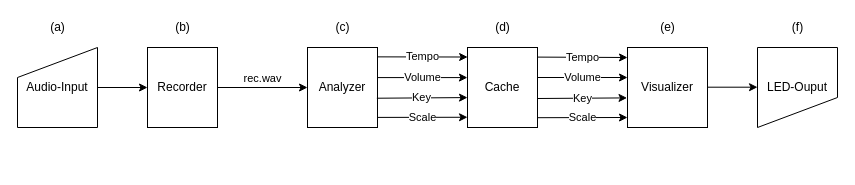
The draw.io diagram graphics/Architektur.drawio in r-grun/music-visualization, before the edit. Source tidied: cells renumbered, new cells numbered last; positions are measured from the earlier drawing's top-left corner, leaving out a move shared by most shapes. Both pictures are drawn from the tidied source at 100%, with x=0, y=0 at pixel (17, 17).
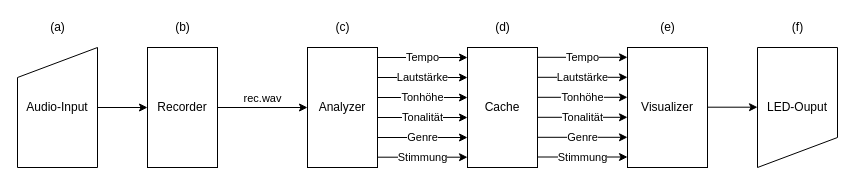
Above is the later version.

What changed in the source:
```diff
@@
     <mxCell id="2" value="Audio-Input" style="shape=manualInput;whiteSpace=wrap;html=1;fillColor=none;" parent="1" vertex="1">
-      <mxGeometry y="30" width="80" height="80" as="geometry" />
+      <mxGeometry y="30" width="80" height="120" as="geometry" />
     </mxCell>
@@
     <mxCell id="4" value="Recorder" style="rounded=0;whiteSpace=wrap;html=1;fillColor=none;gradientColor=none;" parent="1" vertex="1">
-      <mxGeometry x="130" y="30" width="70" height="80" as="geometry" />
+      <mxGeometry x="130" y="30" width="70" height="120" as="geometry" />
     </mxCell>
@@
     <mxCell id="6" value="Analyzer" style="rounded=0;whiteSpace=wrap;html=1;fillColor=none;gradientColor=none;" parent="1" vertex="1">
-      <mxGeometry x="290" y="30" width="70" height="80" as="geometry" />
+      <mxGeometry x="290" y="30" width="70" height="120" as="geometry" />
     </mxCell>
     <mxCell id="7" value="Cache" style="rounded=0;whiteSpace=wrap;html=1;fillColor=none;gradientColor=none;" parent="1" vertex="1">
-      <mxGeometry x="450" y="30" width="70" height="80" as="geometry" />
+      <mxGeometry x="450" y="30" width="70" height="120" as="geometry" />
     </mxCell>
-    <mxCell id="8" value="Volume" style="endArrow=classic;html=1;rounded=0;entryX=-0.001;entryY=0.376;entryDx=0;entryDy=0;exitX=1.007;exitY=0.376;exitDx=0;exitDy=0;exitPerimeter=0;entryPerimeter=0;" parent="1" edge="1" source="6" target="7">
-      <mxGeometry relative="1" as="geometry" />
-    </mxCell>
-    <mxCell id="9" value="Tempo" style="endArrow=classic;html=1;rounded=0;entryX=0.002;entryY=0.119;entryDx=0;entryDy=0;exitX=1.007;exitY=0.117;exitDx=0;exitDy=0;exitPerimeter=0;entryPerimeter=0;" parent="1" edge="1" source="6" target="7">
-      <mxGeometry relative="1" as="geometry" />
-    </mxCell>
-    <mxCell id="10" value="Key" style="endArrow=classic;html=1;rounded=0;entryX=0;entryY=0.626;entryDx=0;entryDy=0;entryPerimeter=0;exitX=0.991;exitY=0.634;exitDx=0;exitDy=0;exitPerimeter=0;" parent="1" edge="1" source="6" target="7">
-      <mxGeometry relative="1" as="geometry" />
-    </mxCell>
-    <mxCell id="11" value="Scale" style="endArrow=classic;html=1;rounded=0;exitX=0.996;exitY=0.874;exitDx=0;exitDy=0;exitPerimeter=0;entryX=0;entryY=0.872;entryDx=0;entryDy=0;entryPerimeter=0;" parent="1" edge="1" source="6" target="7">
-      <mxGeometry relative="1" as="geometry" />
-    </mxCell>
     <mxCell id="12" value="Visualizer" style="rounded=0;whiteSpace=wrap;html=1;fillColor=none;gradientColor=none;" parent="1" vertex="1">
-      <mxGeometry x="610" y="30" width="80" height="80" as="geometry" />
+      <mxGeometry x="610" y="30" width="80" height="120" as="geometry" />
     </mxCell>
     <mxCell id="13" value="LED-Ouput" style="shape=manualInput;whiteSpace=wrap;html=1;fillColor=none;gradientColor=none;rotation=0;labelBorderColor=none;direction=west;" parent="1" vertex="1">
-      <mxGeometry x="740" y="30" width="80" height="80" as="geometry" />
+      <mxGeometry x="740" y="30" width="80" height="120" as="geometry" />
     </mxCell>
-    <mxCell id="14" value="Volume" style="endArrow=classic;html=1;rounded=0;exitX=1.003;exitY=0.375;exitDx=0;exitDy=0;exitPerimeter=0;" parent="1" edge="1" source="7">
-      <mxGeometry relative="1" as="geometry">
-        <mxPoint x="610" y="60" as="targetPoint" />
-      </mxGeometry>
-    </mxCell>
-    <mxCell id="15" value="Tempo" style="endArrow=classic;html=1;rounded=0;exitX=0.998;exitY=0.12;exitDx=0;exitDy=0;exitPerimeter=0;" parent="1" edge="1" source="7">
-      <mxGeometry relative="1" as="geometry">
-        <mxPoint x="610" y="40" as="targetPoint" />
-      </mxGeometry>
-    </mxCell>
-    <mxCell id="16" value="Key" style="endArrow=classic;html=1;rounded=0;entryX=-0.006;entryY=0.63;entryDx=0;entryDy=0;entryPerimeter=0;exitX=0.991;exitY=0.634;exitDx=0;exitDy=0;exitPerimeter=0;" parent="1" edge="1" target="12">
-      <mxGeometry relative="1" as="geometry">
-        <mxPoint x="520" y="81" as="sourcePoint" />
-      </mxGeometry>
-    </mxCell>
-    <mxCell id="17" value="Scale" style="endArrow=classic;html=1;rounded=0;exitX=0.996;exitY=0.874;exitDx=0;exitDy=0;exitPerimeter=0;" parent="1" edge="1">
-      <mxGeometry relative="1" as="geometry">
-        <mxPoint x="520.4" y="100.2" as="sourcePoint" />
-        <mxPoint x="610" y="100" as="targetPoint" />
-      </mxGeometry>
-    </mxCell>
     <mxCell id="18" style="endArrow=classic;html=1;rounded=0;exitX=1;exitY=0.5;exitDx=0;exitDy=0;entryX=0;entryY=0.5;entryDx=0;entryDy=0;" parent="1" edge="1">
       <mxGeometry relative="1" as="geometry">
-        <mxPoint x="690" y="69.7" as="sourcePoint" />
-        <mxPoint x="740" y="69.7" as="targetPoint" />
+        <mxPoint x="690" y="89.7" as="sourcePoint" />
+        <mxPoint x="740" y="89.7" as="targetPoint" />
       </mxGeometry>
     </mxCell>
@@
+    <mxCell id="25" value="Tempo" style="endArrow=classic;html=1;rounded=0;" parent="1" edge="1">
+      <mxGeometry relative="1" as="geometry">
+        <mxPoint x="360" y="40" as="sourcePoint" />
+        <mxPoint x="450" y="40" as="targetPoint" />
+      </mxGeometry>
+    </mxCell>
+    <mxCell id="26" value="Lautstärke" style="endArrow=classic;html=1;rounded=0;" parent="1" edge="1">
+      <mxGeometry relative="1" as="geometry">
+        <mxPoint x="360" y="60" as="sourcePoint" />
+        <mxPoint x="450" y="60" as="targetPoint" />
+      </mxGeometry>
+    </mxCell>
+    <mxCell id="27" value="Tonhöhe" style="endArrow=classic;html=1;rounded=0;" parent="1" edge="1">
+      <mxGeometry relative="1" as="geometry">
+        <mxPoint x="360" y="80" as="sourcePoint" />
+        <mxPoint x="450" y="80" as="targetPoint" />
+      </mxGeometry>
+    </mxCell>
+    <mxCell id="28" value="Tonalität" style="endArrow=classic;html=1;rounded=0;" parent="1" edge="1">
+      <mxGeometry relative="1" as="geometry">
+        <mxPoint x="360" y="100" as="sourcePoint" />
+        <mxPoint x="450" y="100" as="targetPoint" />
+      </mxGeometry>
+    </mxCell>
+    <mxCell id="29" value="Genre" style="endArrow=classic;html=1;rounded=0;" parent="1" edge="1">
+      <mxGeometry relative="1" as="geometry">
+        <mxPoint x="360" y="120" as="sourcePoint" />
+        <mxPoint x="450" y="120" as="targetPoint" />
+      </mxGeometry>
+    </mxCell>
+    <mxCell id="30" value="Stimmung" style="endArrow=classic;html=1;rounded=0;" parent="1" edge="1">
+      <mxGeometry relative="1" as="geometry">
+        <mxPoint x="360" y="139.7" as="sourcePoint" />
+        <mxPoint x="450" y="139.7" as="targetPoint" />
+      </mxGeometry>
+    </mxCell>
+    <mxCell id="31" value="Tempo" style="endArrow=classic;html=1;rounded=0;" parent="1" edge="1">
+      <mxGeometry relative="1" as="geometry">
+        <mxPoint x="520" y="39.8" as="sourcePoint" />
+        <mxPoint x="610" y="39.8" as="targetPoint" />
+      </mxGeometry>
+    </mxCell>
+    <mxCell id="32" value="Lautstärke" style="endArrow=classic;html=1;rounded=0;" parent="1" edge="1">
+      <mxGeometry relative="1" as="geometry">
+        <mxPoint x="520" y="59.8" as="sourcePoint" />
+        <mxPoint x="610" y="59.8" as="targetPoint" />
+      </mxGeometry>
+    </mxCell>
+    <mxCell id="33" value="Tonhöhe" style="endArrow=classic;html=1;rounded=0;" parent="1" edge="1">
+      <mxGeometry relative="1" as="geometry">
+        <mxPoint x="520" y="79.8" as="sourcePoint" />
+        <mxPoint x="610" y="79.8" as="targetPoint" />
+      </mxGeometry>
+    </mxCell>
+    <mxCell id="34" value="Tonalität" style="endArrow=classic;html=1;rounded=0;" parent="1" edge="1">
+      <mxGeometry relative="1" as="geometry">
+        <mxPoint x="520" y="99.8" as="sourcePoint" />
+        <mxPoint x="610" y="99.8" as="targetPoint" />
+      </mxGeometry>
+    </mxCell>
+    <mxCell id="35" value="Genre" style="endArrow=classic;html=1;rounded=0;" parent="1" edge="1">
+      <mxGeometry relative="1" as="geometry">
+        <mxPoint x="520" y="119.8" as="sourcePoint" />
+        <mxPoint x="610" y="119.8" as="targetPoint" />
+      </mxGeometry>
+    </mxCell>
+    <mxCell id="36" value="Stimmung" style="endArrow=classic;html=1;rounded=0;" parent="1" edge="1">
+      <mxGeometry relative="1" as="geometry">
+        <mxPoint x="520" y="139.5" as="sourcePoint" />
+        <mxPoint x="610" y="139.5" as="targetPoint" />
+      </mxGeometry>
+    </mxCell>
```
